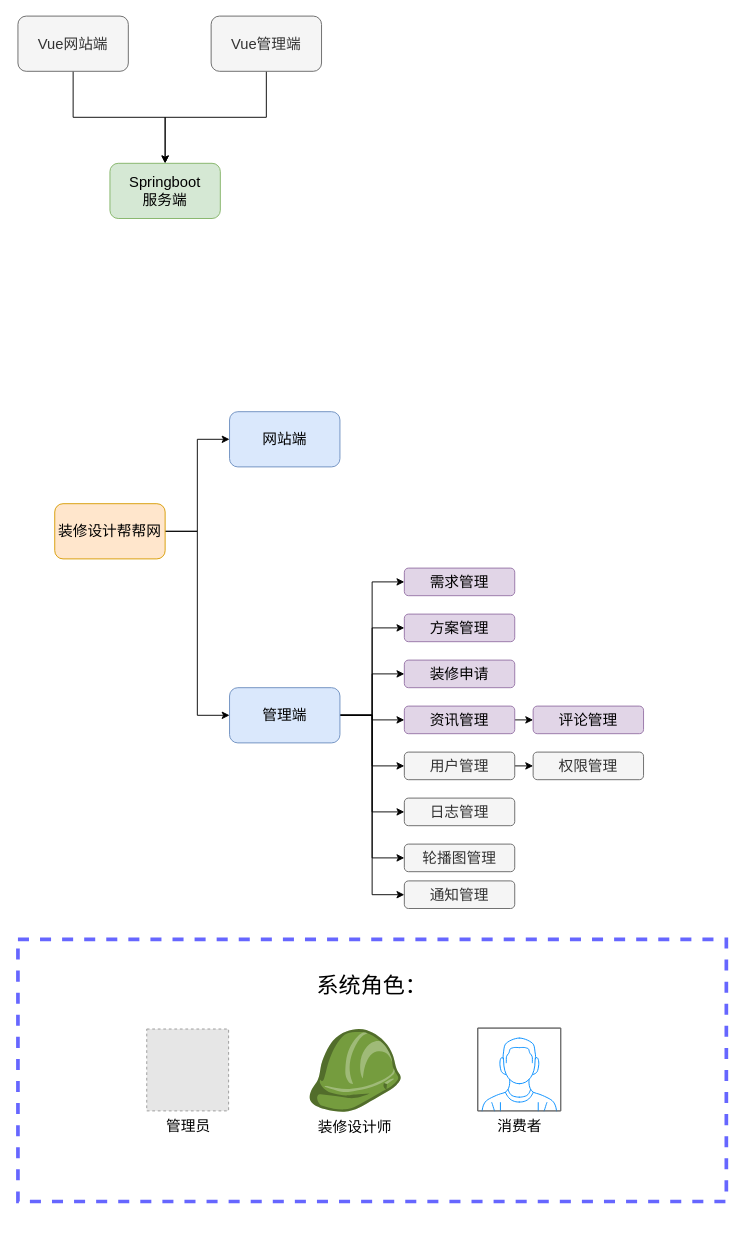
Before: Vue 装修帮帮设计网.drawio in redcomet88/DRAW, a draw.io diagram. Source tidied: cells renumbered, new cells numbered last; positions are measured from the earlier drawing's top-left corner, leaving out a move shared by most shapes. Both pictures are drawn from the tidied source at 92%, with x=0, y=0 at pixel (17, 16). Pictures stored in the file or linked from it are replaced by grey dashed boxes.
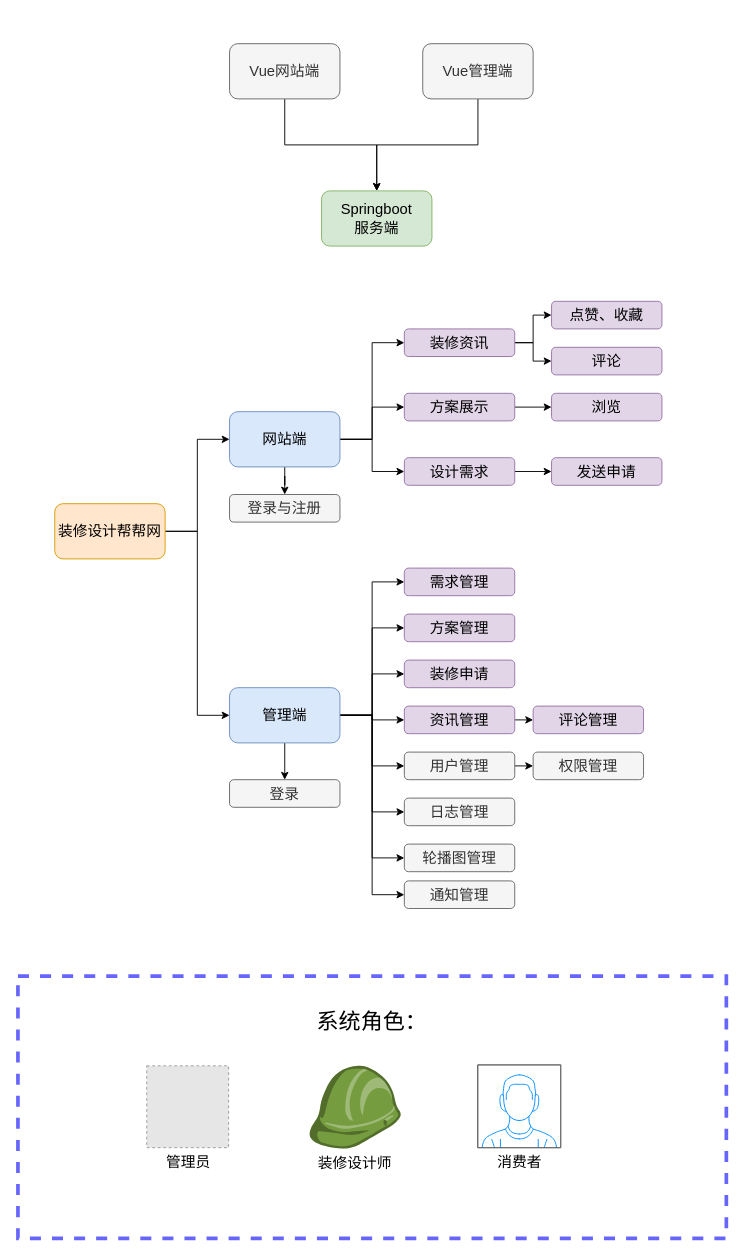
The same page after the edit.

Commit message:
Update Vue 装修帮帮设计网.drawio

Unchanged cells that the change refers to:
```xml
<mxCell id="10" value="网站端" style="rounded=1;whiteSpace=wrap;html=1;fillColor=#dae8fc;strokeColor=#6c8ebf;fontSize=16;" parent="1" vertex="1">
  <mxGeometry x="230" y="430" width="120" height="60" as="geometry" />
</mxCell>
<mxCell id="19" value="管理端" style="rounded=1;whiteSpace=wrap;html=1;fillColor=#dae8fc;strokeColor=#6c8ebf;fontSize=16;" parent="1" vertex="1">
  <mxGeometry x="230" y="730" width="120" height="60" as="geometry" />
</mxCell>
```

Change to the diagram source:
```diff
@@
     <mxCell id="6" value="Vue网站端" style="rounded=1;whiteSpace=wrap;html=1;fontSize=16;fillColor=#f5f5f5;fontColor=#333333;strokeColor=#666666;" parent="1" vertex="1">
-      <mxGeometry width="120" height="60" as="geometry" />
+      <mxGeometry x="230" y="30" width="120" height="60" as="geometry" />
     </mxCell>
@@
     <mxCell id="8" value="Vue管理端" style="rounded=1;whiteSpace=wrap;html=1;fontSize=16;fillColor=#f5f5f5;fontColor=#333333;strokeColor=#666666;" parent="1" vertex="1">
-      <mxGeometry x="210" width="120" height="60" as="geometry" />
+      <mxGeometry x="440" y="30" width="120" height="60" as="geometry" />
     </mxCell>
     <mxCell id="9" value="Springboot&lt;br&gt;服务端" style="rounded=1;whiteSpace=wrap;html=1;fontSize=16;fillColor=#d5e8d4;strokeColor=#82b366;" parent="1" vertex="1">
-      <mxGeometry x="100" y="160" width="120" height="60" as="geometry" />
+      <mxGeometry x="330" y="190" width="120" height="60" as="geometry" />
     </mxCell>
+    <mxCell id="36" style="edgeStyle=orthogonalEdgeStyle;rounded=0;jettySize=auto;html=1;fontSize=24;" parent="1" edge="1" source="10" target="42">
+      <mxGeometry relative="1" as="geometry" />
+    </mxCell>
+    <mxCell id="37" style="edgeStyle=orthogonalEdgeStyle;rounded=0;jettySize=auto;html=1;exitX=1;exitY=0.5;exitDx=0;exitDy=0;entryX=0;entryY=0.5;entryDx=0;entryDy=0;fontSize=24;" parent="1" edge="1" source="10" target="45">
+      <mxGeometry relative="1" as="geometry" />
+    </mxCell>
+    <mxCell id="38" style="edgeStyle=orthogonalEdgeStyle;rounded=0;jettySize=auto;html=1;exitX=1;exitY=0.5;exitDx=0;exitDy=0;entryX=0;entryY=0.5;entryDx=0;entryDy=0;fontSize=24;" parent="1" edge="1" source="10" target="47">
+      <mxGeometry relative="1" as="geometry" />
+    </mxCell>
+    <mxCell id="39" style="edgeStyle=orthogonalEdgeStyle;rounded=0;jettySize=auto;html=1;exitX=1;exitY=0.5;exitDx=0;exitDy=0;entryX=0;entryY=0.5;entryDx=0;entryDy=0;fontSize=24;" parent="1" edge="1" source="10" target="49">
+      <mxGeometry relative="1" as="geometry" />
+    </mxCell>
@@
+    <mxCell id="40" style="edgeStyle=orthogonalEdgeStyle;rounded=0;jettySize=auto;html=1;fontSize=24;" parent="1" edge="1" source="19" target="41">
+      <mxGeometry relative="1" as="geometry" />
+    </mxCell>
@@
     <mxCell id="32" value="装修设计师" style="dashed=0;verticalLabelPosition=bottom;verticalAlign=top;align=center;html=1;shape=mxgraph.aws3.role;fillColor=#759C3E;gradientColor=none;fontSize=16;" parent="1" vertex="1">
-      <mxGeometry x="316" y="1101" width="100" height="90" as="geometry" />
+      <mxGeometry x="316" y="1141" width="100" height="90" as="geometry" />
     </mxCell>
     <mxCell id="33" value="管理员" style="fillColor=#E6E6E6;strokeColor=#999999;dashed=1;html=1;verticalAlign=top;verticalLabelPosition=bottom;labelBackgroundColor=#ffffff;fontSize=16;" parent="1" vertex="1">
-      <mxGeometry x="140" y="1101" width="89" height="89" as="geometry" />
+      <mxGeometry x="140" y="1141" width="89" height="89" as="geometry" />
     </mxCell>
     <mxCell id="34" value="消费者" style="verticalLabelPosition=bottom;shadow=0;dashed=0;align=center;html=1;verticalAlign=top;strokeWidth=1;shape=mxgraph.mockup.containers.userMale;strokeColor=#666666;strokeColor2=#008cff;fontSize=16;" parent="1" vertex="1">
-      <mxGeometry x="500" y="1100" width="90" height="90" as="geometry" />
+      <mxGeometry x="500" y="1140" width="90" height="90" as="geometry" />
     </mxCell>
     <mxCell id="35" value="&lt;font style=&quot;font-size: 24px;&quot;&gt;&lt;br&gt;系统角色：&lt;/font&gt;" style="text;html=1;strokeColor=#6666FF;fillColor=none;align=center;verticalAlign=top;whiteSpace=wrap;rounded=0;fontSize=16;dashed=1;strokeWidth=4;" parent="1" vertex="1">
-      <mxGeometry y="1003.5" width="770" height="285" as="geometry" />
+      <mxGeometry y="1043.5" width="770" height="285" as="geometry" />
     </mxCell>
+    <mxCell id="41" value="登录" style="rounded=1;whiteSpace=wrap;html=1;fillColor=#f5f5f5;strokeColor=#666666;fontSize=16;fontColor=#333333;" parent="1" vertex="1">
+      <mxGeometry x="230" y="830" width="120" height="30" as="geometry" />
+    </mxCell>
+    <mxCell id="42" value="登录与注册" style="rounded=1;whiteSpace=wrap;html=1;fillColor=#f5f5f5;strokeColor=#666666;fontSize=16;fontColor=#333333;" parent="1" vertex="1">
+      <mxGeometry x="230" y="520" width="120" height="30" as="geometry" />
+    </mxCell>
+    <mxCell id="43" style="edgeStyle=orthogonalEdgeStyle;rounded=0;jettySize=auto;html=1;exitX=1;exitY=0.5;exitDx=0;exitDy=0;entryX=0;entryY=0.5;entryDx=0;entryDy=0;fontSize=24;" parent="1" edge="1" source="45" target="52">
+      <mxGeometry relative="1" as="geometry" />
+    </mxCell>
+    <mxCell id="44" style="edgeStyle=orthogonalEdgeStyle;rounded=0;jettySize=auto;html=1;exitX=1;exitY=0.5;exitDx=0;exitDy=0;entryX=0;entryY=0.5;entryDx=0;entryDy=0;fontSize=24;" parent="1" edge="1" source="45" target="53">
+      <mxGeometry relative="1" as="geometry" />
+    </mxCell>
+    <mxCell id="45" value="装修资讯" style="rounded=1;whiteSpace=wrap;html=1;fillColor=#e1d5e7;strokeColor=#9673a6;fontSize=16;" parent="1" vertex="1">
+      <mxGeometry x="420" y="340" width="120" height="30" as="geometry" />
+    </mxCell>
+    <mxCell id="46" style="edgeStyle=orthogonalEdgeStyle;rounded=0;jettySize=auto;html=1;exitX=1;exitY=0.5;exitDx=0;exitDy=0;entryX=0;entryY=0.5;entryDx=0;entryDy=0;fontSize=24;" parent="1" edge="1" source="47" target="50">
+      <mxGeometry relative="1" as="geometry" />
+    </mxCell>
+    <mxCell id="47" value="方案展示" style="rounded=1;whiteSpace=wrap;html=1;fillColor=#e1d5e7;strokeColor=#9673a6;fontSize=16;" parent="1" vertex="1">
+      <mxGeometry x="420" y="410" width="120" height="30" as="geometry" />
+    </mxCell>
+    <mxCell id="48" style="edgeStyle=orthogonalEdgeStyle;rounded=0;jettySize=auto;html=1;exitX=1;exitY=0.5;exitDx=0;exitDy=0;entryX=0;entryY=0.5;entryDx=0;entryDy=0;fontSize=24;" parent="1" edge="1" source="49" target="51">
+      <mxGeometry relative="1" as="geometry" />
+    </mxCell>
+    <mxCell id="49" value="设计需求" style="rounded=1;whiteSpace=wrap;html=1;fillColor=#e1d5e7;strokeColor=#9673a6;fontSize=16;" parent="1" vertex="1">
+      <mxGeometry x="420" y="480" width="120" height="30" as="geometry" />
+    </mxCell>
+    <mxCell id="50" value="浏览" style="rounded=1;whiteSpace=wrap;html=1;fillColor=#e1d5e7;strokeColor=#9673a6;fontSize=16;" parent="1" vertex="1">
+      <mxGeometry x="580" y="410" width="120" height="30" as="geometry" />
+    </mxCell>
+    <mxCell id="51" value="发送申请" style="rounded=1;whiteSpace=wrap;html=1;fillColor=#e1d5e7;strokeColor=#9673a6;fontSize=16;" parent="1" vertex="1">
+      <mxGeometry x="580" y="480" width="120" height="30" as="geometry" />
+    </mxCell>
+    <mxCell id="52" value="点赞、收藏" style="rounded=1;whiteSpace=wrap;html=1;fillColor=#e1d5e7;strokeColor=#9673a6;fontSize=16;" parent="1" vertex="1">
+      <mxGeometry x="580" y="310" width="120" height="30" as="geometry" />
+    </mxCell>
+    <mxCell id="53" value="评论" style="rounded=1;whiteSpace=wrap;html=1;fillColor=#e1d5e7;strokeColor=#9673a6;fontSize=16;" parent="1" vertex="1">
+      <mxGeometry x="580" y="360" width="120" height="30" as="geometry" />
+    </mxCell>
```
